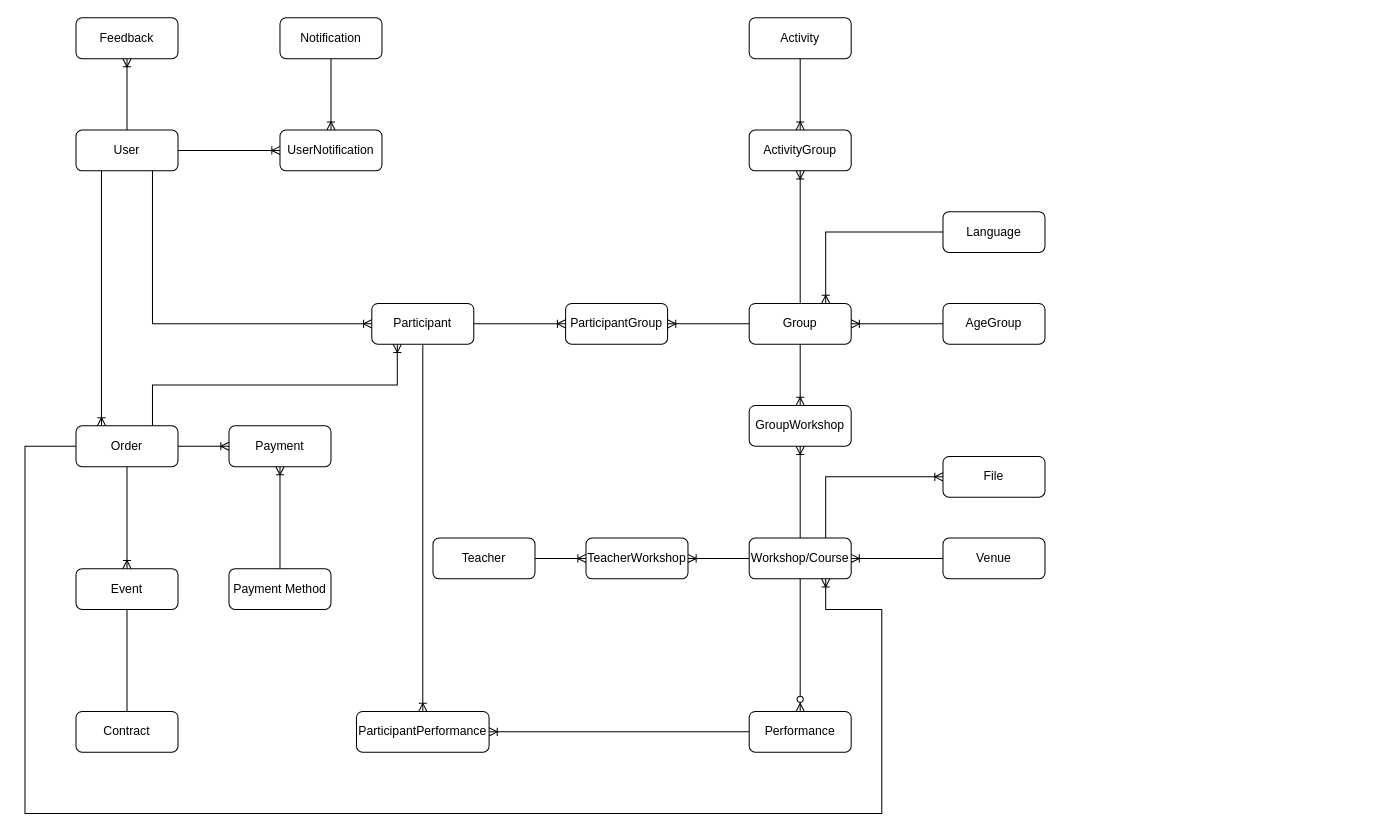
The draw.io diagram docs/architecture/erm.drawio in OleksiyKharkiv/lebens_rhythmus, before the edit. Source tidied: cells renumbered, new cells numbered last; positions are measured from the earlier drawing's top-left corner, leaving out a move shared by most shapes. Both pictures are drawn from the tidied source at 102%, with x=0, y=0 at pixel (24, 17).
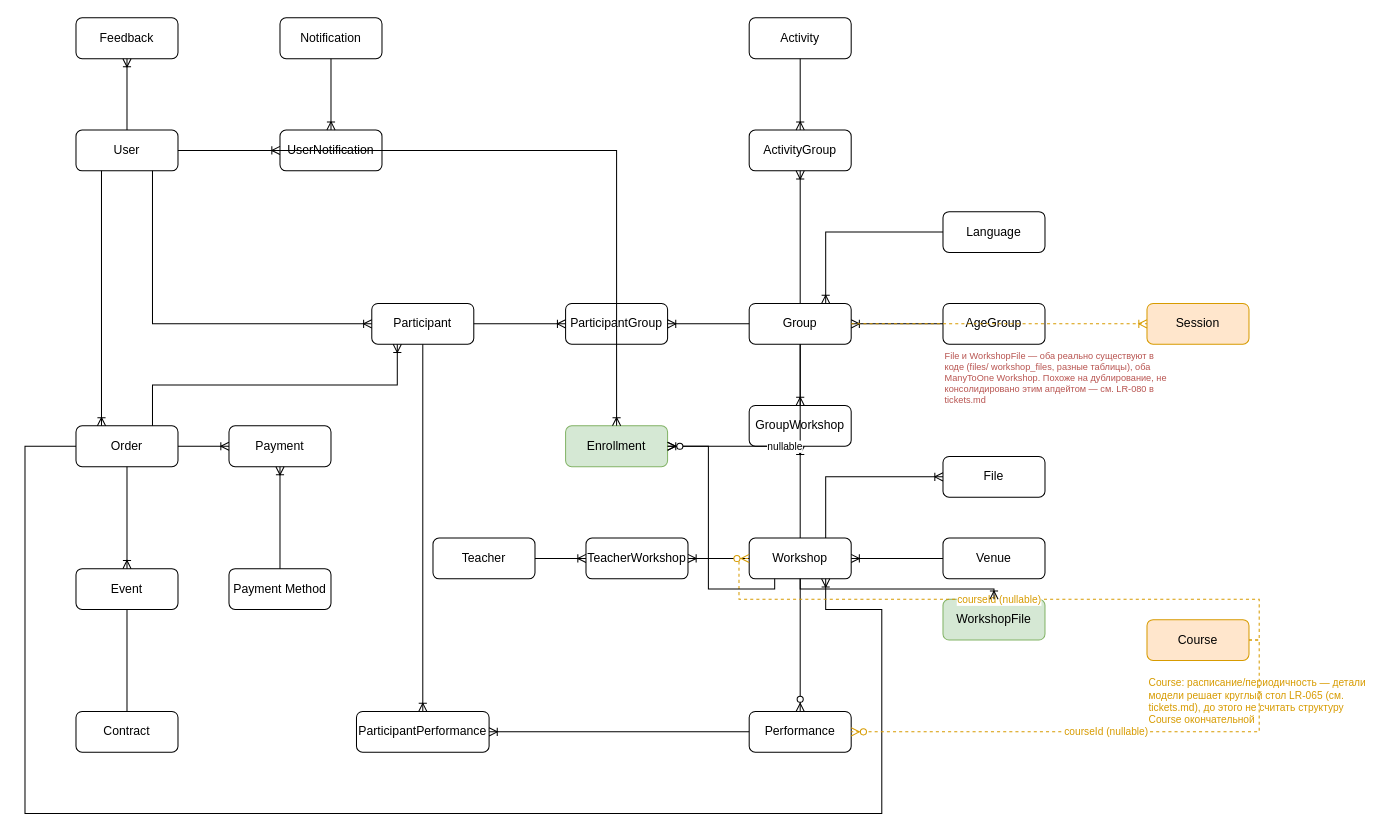
The same diagram, later.

The change refers to these unchanged cells:
```xml
<mxCell id="2" value="User" style="rounded=1;whiteSpace=wrap;html=1;" parent="1" vertex="1">
  <mxGeometry x="50" y="110" width="100" height="40" as="geometry" />
</mxCell>
<mxCell id="5" value="Group" style="rounded=1;whiteSpace=wrap;html=1;" parent="1" vertex="1">
  <mxGeometry x="710" y="280" width="100" height="40" as="geometry" />
</mxCell>
<mxCell id="9" value="Performance" style="rounded=1;whiteSpace=wrap;html=1;" parent="1" vertex="1">
  <mxGeometry x="710" y="680" width="100" height="40" as="geometry" />
</mxCell>
```

Diff of the diagram source:
```diff
@@
+    <mxCell id="52" value="Enrollment" style="rounded=1;whiteSpace=wrap;html=1;fillColor=#d5e8d4;strokeColor=#82b366;" parent="1" vertex="1">
+      <mxGeometry x="530" y="400" width="100" height="40" as="geometry" />
+    </mxCell>
+    <mxCell id="53" value="WorkshopFile" style="rounded=1;whiteSpace=wrap;html=1;fillColor=#d5e8d4;strokeColor=#82b366;" parent="1" vertex="1">
+      <mxGeometry x="900" y="570" width="100" height="40" as="geometry" />
+    </mxCell>
@@
-    <mxCell id="7" value="Workshop/Course" style="rounded=1;whiteSpace=wrap;html=1;" parent="1" vertex="1">
+    <mxCell id="7" value="Workshop" style="rounded=1;whiteSpace=wrap;html=1;" parent="1" vertex="1">
       <mxGeometry x="710" y="510" width="100" height="40" as="geometry" />
     </mxCell>
+    <mxCell id="54" value="Course" style="rounded=1;whiteSpace=wrap;html=1;fillColor=#ffe6cc;strokeColor=#d79b00;" parent="1" vertex="1">
+      <mxGeometry x="1100" y="590" width="100" height="40" as="geometry" />
+    </mxCell>
+    <mxCell id="55" value="Course: расписание/периодичность — детали модели решает круглый стол LR-065 (см. tickets.md), до этого не считать структуру Course окончательной" style="text;whiteSpace=wrap;html=1;align=left;fontSize=10;fontColor=#d79b00;" parent="1" vertex="1">
+      <mxGeometry x="1100" y="640" width="220" height="60" as="geometry" />
+    </mxCell>
+    <mxCell id="56" value="Session" style="rounded=1;whiteSpace=wrap;html=1;fillColor=#ffe6cc;strokeColor=#d79b00;" parent="1" vertex="1">
+      <mxGeometry x="1100" y="280" width="100" height="40" as="geometry" />
+    </mxCell>
@@
+    <mxCell id="57" value="File и WorkshopFile — оба реально существуют в коде (files/ workshop_files, разные таблицы), оба ManyToOne Workshop. Похоже на дублирование, не консолидировано этим апдейтом — см. LR-080 в tickets.md" style="text;whiteSpace=wrap;html=1;align=left;fontSize=9;fontColor=#b85450;" parent="1" vertex="1">
+      <mxGeometry x="900" y="320" width="220" height="60" as="geometry" />
+    </mxCell>
@@
+    <mxCell id="58" value="courseId (nullable)" style="edgeStyle=orthogonalEdgeStyle;fontSize=10;html=1;endArrow=ERzeroToMany;endFill=1;rounded=0;dashed=1;strokeColor=#d79b00;fontColor=#d79b00;exitX=1;exitY=0.5;exitDx=0;exitDy=0;entryX=0;entryY=0.5;entryDx=0;entryDy=0;" parent="1" edge="1" source="54" target="7">
+      <mxGeometry relative="1" as="geometry" />
+    </mxCell>
+    <mxCell id="59" value="courseId (nullable)" style="edgeStyle=orthogonalEdgeStyle;fontSize=10;html=1;endArrow=ERzeroToMany;endFill=1;rounded=0;dashed=1;strokeColor=#d79b00;fontColor=#d79b00;exitX=0.5;exitY=0.5;exitDx=0;exitDy=0;entryX=1;entryY=0.5;entryDx=0;entryDy=0;" parent="1" edge="1" source="54" target="9">
+      <mxGeometry relative="1" as="geometry" />
+    </mxCell>
+    <mxCell id="60" style="edgeStyle=orthogonalEdgeStyle;fontSize=12;html=1;endArrow=ERoneToMany;rounded=0;dashed=1;strokeColor=#d79b00;exitX=1;exitY=0.5;exitDx=0;exitDy=0;entryX=0;entryY=0.5;entryDx=0;entryDy=0;" parent="1" edge="1" source="5" target="56">
+      <mxGeometry relative="1" as="geometry" />
+    </mxCell>
+    <mxCell id="61" style="edgeStyle=orthogonalEdgeStyle;fontSize=12;html=1;endArrow=ERoneToMany;rounded=0;exitX=1;exitY=0.5;exitDx=0;exitDy=0;entryX=0.5;entryY=0;entryDx=0;entryDy=0;" parent="1" edge="1" source="2" target="52">
+      <mxGeometry relative="1" as="geometry" />
+    </mxCell>
+    <mxCell id="62" style="edgeStyle=orthogonalEdgeStyle;fontSize=12;html=1;endArrow=ERoneToMany;rounded=0;exitX=0.25;exitY=1;exitDx=0;exitDy=0;entryX=1;entryY=0.5;entryDx=0;entryDy=0;" parent="1" edge="1" source="7" target="52">
+      <mxGeometry relative="1" as="geometry" />
+    </mxCell>
+    <mxCell id="63" value="nullable" style="edgeStyle=orthogonalEdgeStyle;fontSize=10;html=1;endArrow=ERzeroToMany;endFill=1;rounded=0;exitX=0.5;exitY=1;exitDx=0;exitDy=0;entryX=1;entryY=0.5;entryDx=0;entryDy=0;" parent="1" edge="1" source="5" target="52">
+      <mxGeometry relative="1" as="geometry" />
+    </mxCell>
+    <mxCell id="64" style="edgeStyle=orthogonalEdgeStyle;fontSize=12;html=1;endArrow=ERoneToMany;rounded=0;exitX=0.5;exitY=1;exitDx=0;exitDy=0;entryX=0.5;entryY=0;entryDx=0;entryDy=0;" parent="1" edge="1" source="7" target="53">
+      <mxGeometry relative="1" as="geometry" />
+    </mxCell>
```
